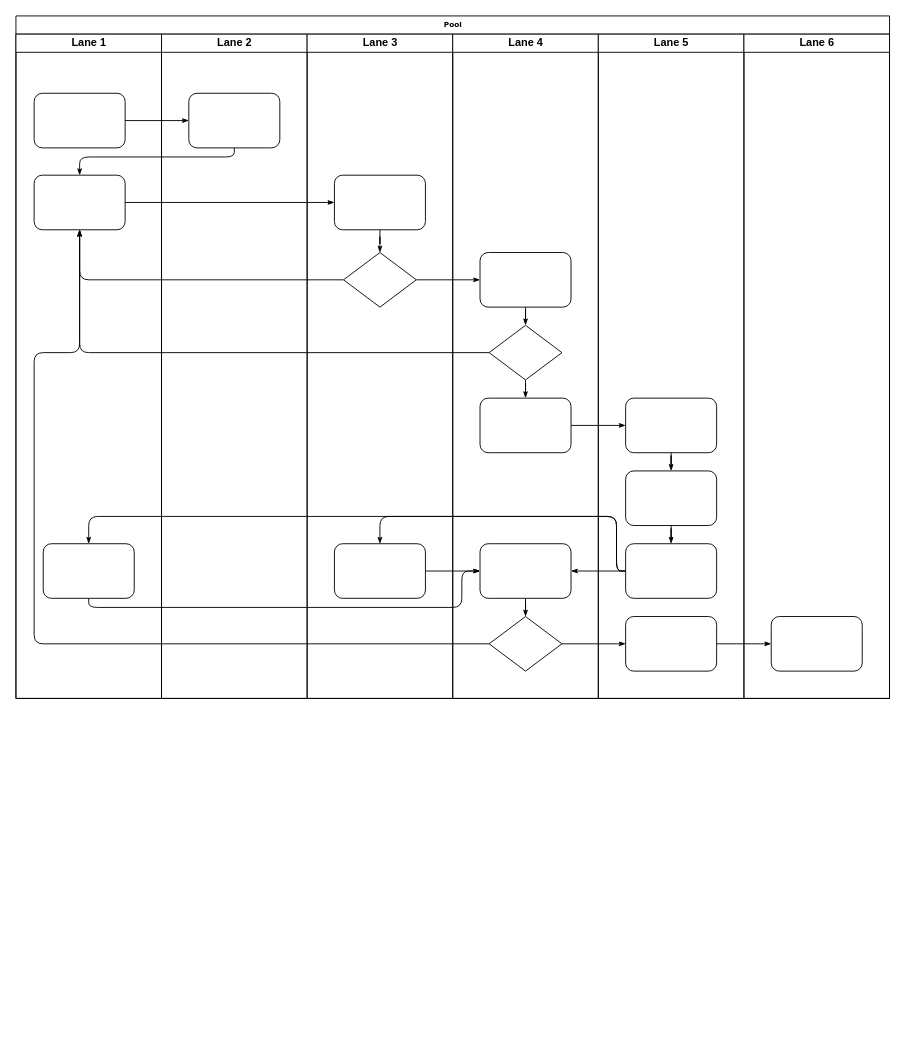
Earlier version of the draw.io diagram Untitled Diagram.drawio (Eli-ZhangLu/tools). Source tidied: cells renumbered, new cells numbered last; positions are measured from the earlier drawing's top-left corner, leaving out a move shared by most shapes. Both pictures are drawn from the tidied source at 91%, with x=0, y=0 at pixel (15, 15).
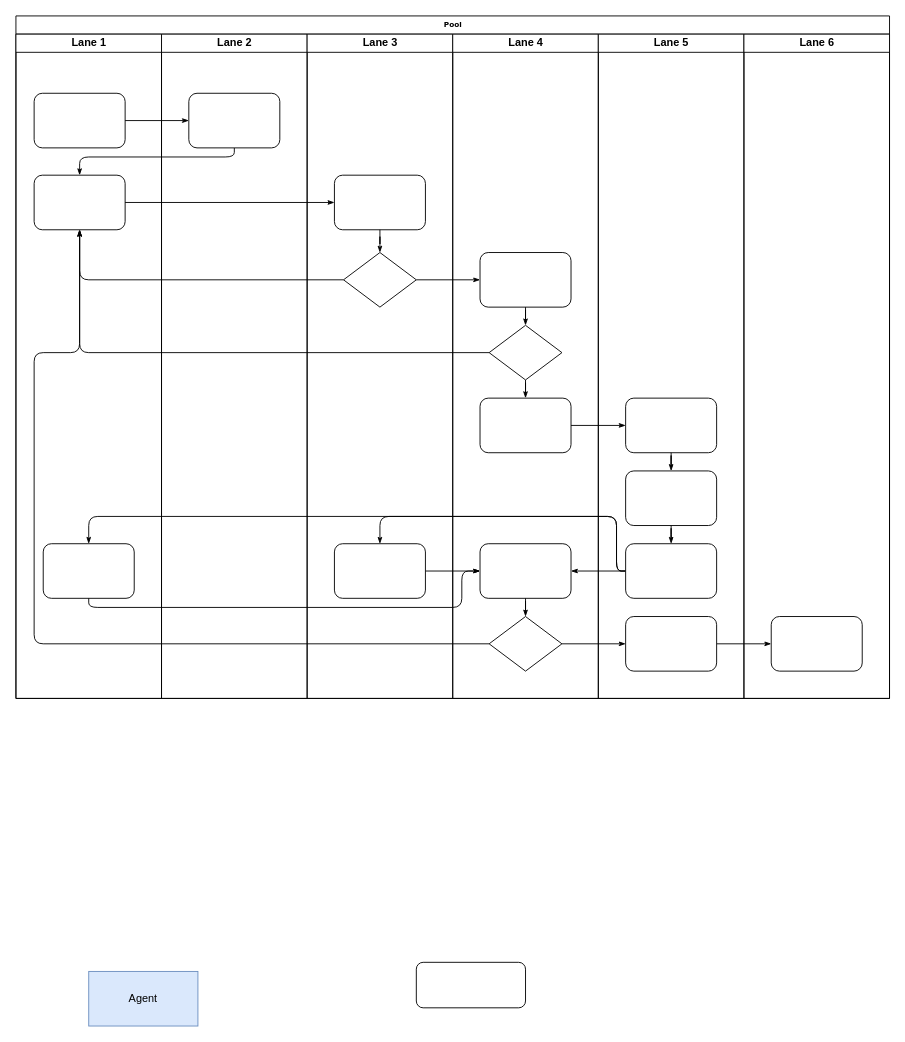
The same diagram, later.

Diff of the diagram source:
```diff
@@
+    <mxCell id="47" value="Agent" style="rounded=0;whiteSpace=wrap;html=1;fillColor=#dae8fc;strokeColor=#6c8ebf;" parent="1" vertex="1">
+      <mxGeometry x="80" y="1050" width="120" height="60" as="geometry" />
+    </mxCell>
+    <mxCell id="48" style="rounded=1;whiteSpace=wrap;html=1;" parent="1" vertex="1">
+      <mxGeometry x="440" y="1040" width="120" height="50" as="geometry" />
+    </mxCell>
```
